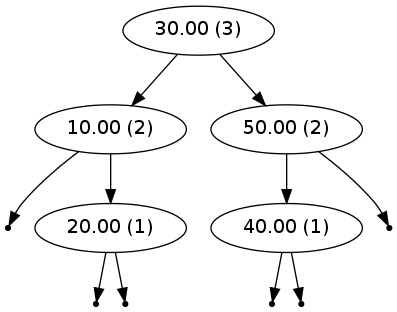
cerdogan/Job keeps this Graphviz diagram as AVL_Trees/graph.png. Above is the earlier version. Its source is kept beside it as AVL_Trees/graph.dot.
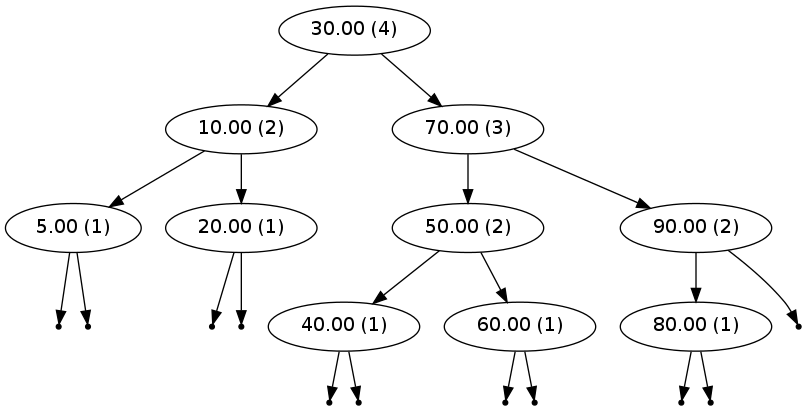
The same file after the commit.

Change to the diagram source:
```diff
@@ -1,20 +1,35 @@
 digraph {
 graph [ordering="out"]
-"30.00 (3)"
-"30.00 (3)" -> "10.00 (2)"
-"null10.00-0" [shape=point];
-"10.00 (2)" -> "null10.00-0";
+"30.00 (4)"
+"30.00 (4)" -> "10.00 (2)"
+"10.00 (2)" -> "5.00 (1)"
+"null5.00-0" [shape=point];
+"5.00 (1)" -> "null5.00-0";
+"null5.00-1" [shape=point];
+"5.00 (1)" -> "null5.00-1";
 "10.00 (2)" -> "20.00 (1)"
 "null20.00-0" [shape=point];
 "20.00 (1)" -> "null20.00-0";
 "null20.00-1" [shape=point];
 "20.00 (1)" -> "null20.00-1";
-"30.00 (3)" -> "50.00 (2)"
+"30.00 (4)" -> "70.00 (3)"
+"70.00 (3)" -> "50.00 (2)"
 "50.00 (2)" -> "40.00 (1)"
 "null40.00-0" [shape=point];
 "40.00 (1)" -> "null40.00-0";
 "null40.00-1" [shape=point];
 "40.00 (1)" -> "null40.00-1";
-"null50.00-1" [shape=point];
-"50.00 (2)" -> "null50.00-1";
+"50.00 (2)" -> "60.00 (1)"
+"null60.00-0" [shape=point];
+"60.00 (1)" -> "null60.00-0";
+"null60.00-1" [shape=point];
+"60.00 (1)" -> "null60.00-1";
+"70.00 (3)" -> "90.00 (2)"
+"90.00 (2)" -> "80.00 (1)"
+"null80.00-0" [shape=point];
+"80.00 (1)" -> "null80.00-0";
+"null80.00-1" [shape=point];
+"80.00 (1)" -> "null80.00-1";
+"null90.00-1" [shape=point];
+"90.00 (2)" -> "null90.00-1";
 }
```
